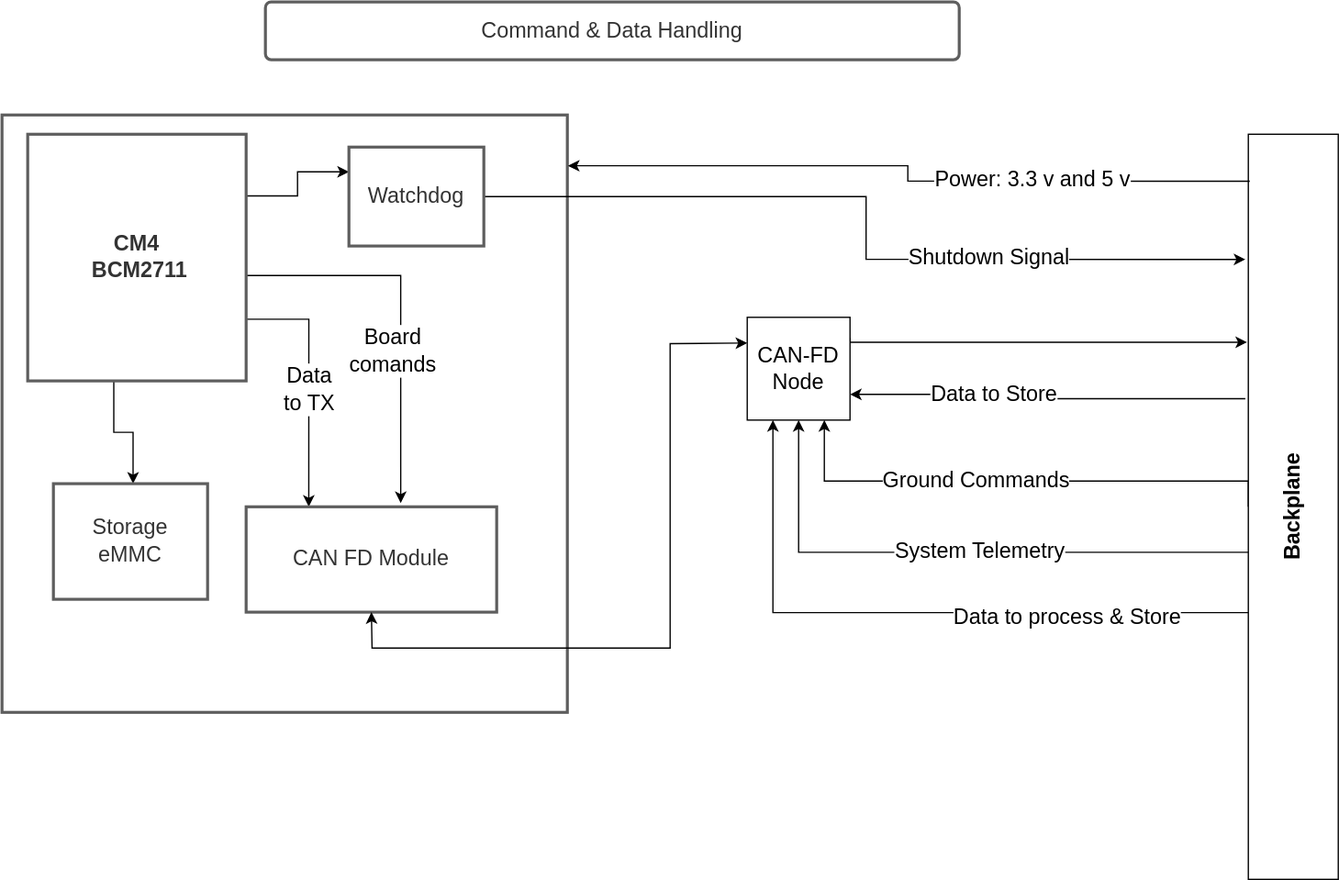
This is CD&H/C&DH.drawio.svg from coloradocube/balloonsat-bus, a draw.io export, as it was before one commit. Source tidied: cells renumbered, new cells last; positions are measured from the earlier drawing's top-left corner, leaving out a move shared by most shapes.
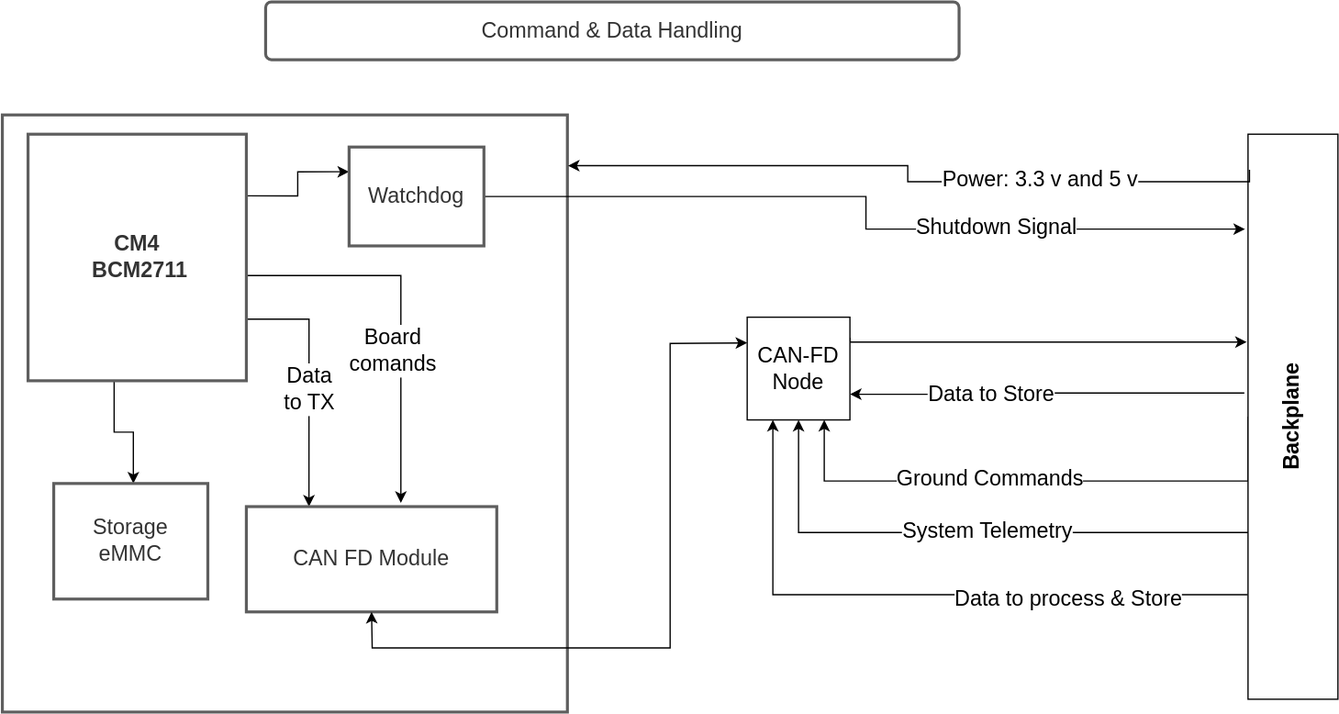
After the change.

The edit, as a diff of the source:
```diff
@@ -42,7 +42,7 @@
     <mxCell id="11" value="Command &amp; Data Handling" style="html=1;overflow=block;blockSpacing=1;whiteSpace=wrap;whiteSpace=wrap;fontSize=16.7;fontColor=#333333;spacing=9;strokeColor=#5e5e5e;strokeOpacity=100;rounded=1;absoluteArcSize=1;arcSize=9;strokeWidth=2.3;" parent="1" vertex="1">
       <mxGeometry x="205" width="540" height="45" as="geometry" />
     </mxCell>
-    <mxCell id="12" style="edgeStyle=orthogonalEdgeStyle;rounded=0;jettySize=auto;html=1;exitX=-0.033;exitY=0.355;exitDx=0;exitDy=0;entryX=1;entryY=0.75;entryDx=0;entryDy=0;fontSize=16.71;exitPerimeter=0;" parent="1" edge="1" source="20" target="27">
+    <mxCell id="12" style="edgeStyle=orthogonalEdgeStyle;rounded=0;jettySize=auto;html=1;exitX=-0.041;exitY=0.458;exitDx=0;exitDy=0;entryX=1;entryY=0.75;entryDx=0;entryDy=0;fontSize=16.71;exitPerimeter=0;" parent="1" edge="1" source="20" target="27">
       <mxGeometry relative="1" as="geometry" />
     </mxCell>
     <mxCell id="13" value="Data to Store" style="edgeLabel;html=1;align=center;verticalAlign=middle;fontSize=16.71;" parent="12" vertex="1">
@@ -61,20 +61,24 @@
     <mxCell id="15" value="Ground Commands" style="edgeLabel;html=1;align=center;verticalAlign=middle;fontSize=16.71;" parent="14" vertex="1">
       <mxGeometry x="0.17" y="-1" relative="1" as="geometry" />
     </mxCell>
-    <mxCell id="16" style="edgeStyle=orthogonalEdgeStyle;rounded=0;jettySize=auto;html=1;exitX=0.024;exitY=0.561;exitDx=0;exitDy=0;entryX=0.5;entryY=1;entryDx=0;entryDy=0;fontSize=16.71;exitPerimeter=0;" parent="1" edge="1" source="20" target="27">
+    <mxCell id="16" style="edgeStyle=orthogonalEdgeStyle;rounded=0;jettySize=auto;html=1;exitX=0;exitY=0.705;exitDx=0;exitDy=0;entryX=0.5;entryY=1;entryDx=0;entryDy=0;fontSize=16.71;exitPerimeter=0;" parent="1" edge="1" source="20" target="27">
       <mxGeometry relative="1" as="geometry" />
     </mxCell>
     <mxCell id="17" value="System Telemetry" style="edgeLabel;html=1;align=center;verticalAlign=middle;fontSize=16.71;" parent="16" vertex="1">
       <mxGeometry x="-0.07" y="-1" relative="1" as="geometry" />
     </mxCell>
-    <mxCell id="18" style="edgeStyle=orthogonalEdgeStyle;rounded=0;jettySize=auto;html=1;exitX=0.062;exitY=0.642;exitDx=0;exitDy=0;entryX=0.25;entryY=1;entryDx=0;entryDy=0;fontSize=16.71;exitPerimeter=0;" parent="1" edge="1" source="20" target="27">
-      <mxGeometry relative="1" as="geometry" />
+    <mxCell id="18" style="edgeStyle=orthogonalEdgeStyle;rounded=0;jettySize=auto;html=1;exitX=-0.005;exitY=0.815;exitDx=0;exitDy=0;entryX=0.25;entryY=1;entryDx=0;entryDy=0;fontSize=16.71;exitPerimeter=0;" parent="1" edge="1" source="20" target="27">
+      <mxGeometry relative="1" as="geometry">
+        <Array as="points">
+          <mxPoint x="600" y="462" />
+        </Array>
+      </mxGeometry>
     </mxCell>
     <mxCell id="19" value="Data to process &amp;amp; Store" style="edgeLabel;html=1;align=center;verticalAlign=middle;fontSize=16.71;" parent="18" vertex="1">
       <mxGeometry x="-0.44" y="4" relative="1" as="geometry" />
     </mxCell>
     <mxCell id="20" value="&lt;font style=&quot;font-size: 16.7px&quot;&gt;&lt;b&gt;Backplane&lt;/b&gt;&lt;/font&gt;" style="rounded=0;whiteSpace=wrap;html=1;direction=east;horizontal=0;fontSize=16.7;" parent="1" vertex="1">
-      <mxGeometry x="970" y="103" width="70" height="580" as="geometry" />
+      <mxGeometry x="970" y="103" width="70" height="440" as="geometry" />
     </mxCell>
     <mxCell id="21" style="edgeStyle=orthogonalEdgeStyle;rounded=0;jettySize=auto;html=1;exitX=1;exitY=0.5;exitDx=0;exitDy=0;entryX=-0.033;entryY=0.168;entryDx=0;entryDy=0;entryPerimeter=0;fontSize=16.71;" parent="1" edge="1" source="23" target="20">
       <mxGeometry relative="1" as="geometry" />
```
